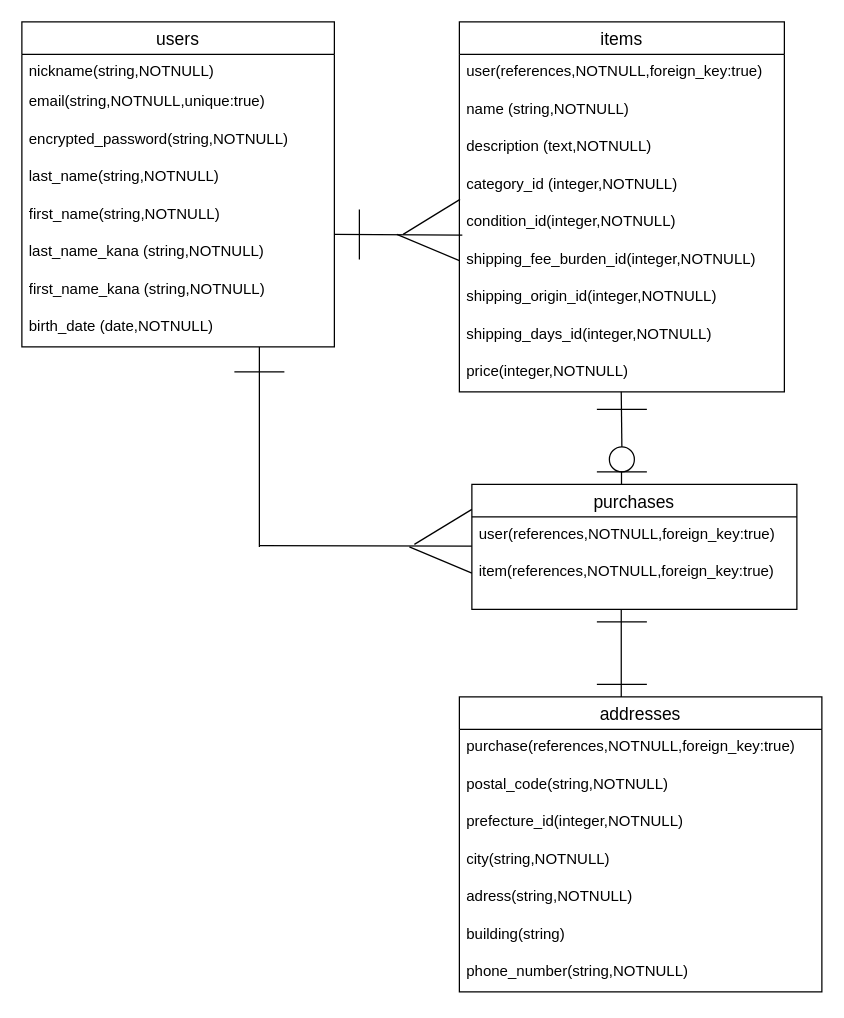
ryu0120/furima-48555 keeps this draw.io diagram as er_furima.dio. Above is the earlier version. Source tidied: cells renumbered, new cells numbered last; positions are measured from the earlier drawing's top-left corner, leaving out a move shared by most shapes. Both pictures are drawn from the tidied source at 125%, with x=0, y=0 at pixel (21, 21).
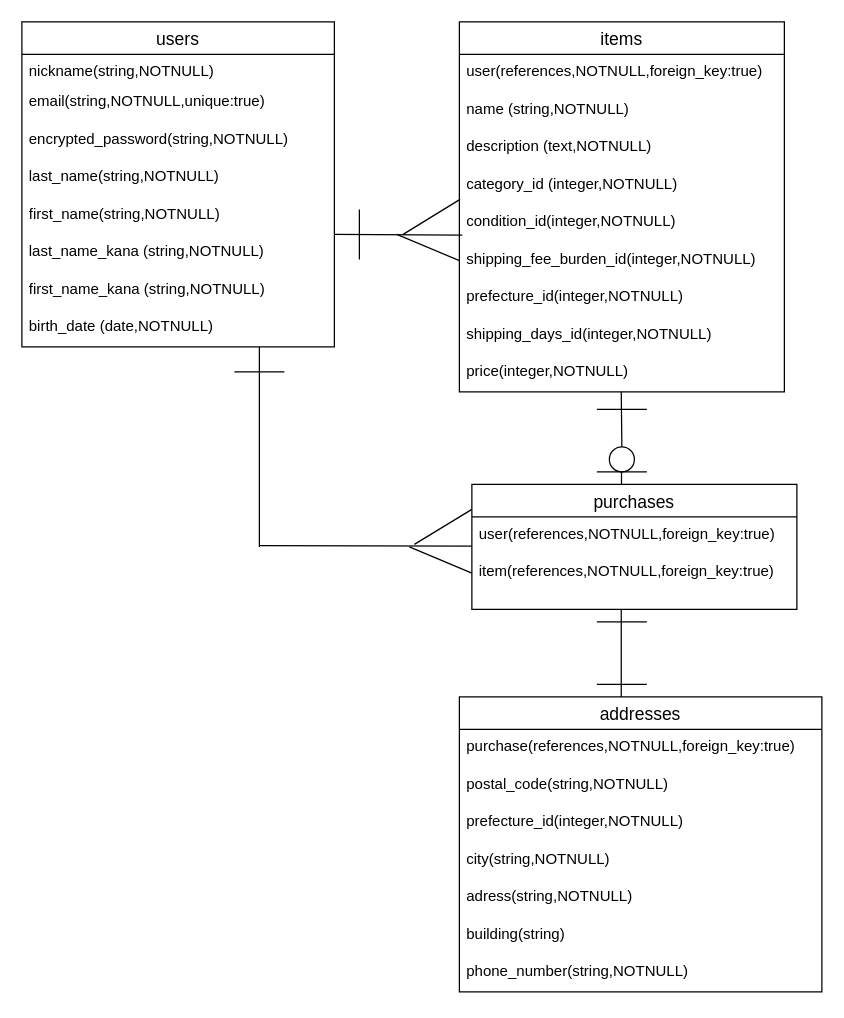
The same diagram, later.

Unchanged cells that the change refers to:
```xml
<mxCell id="11" value="items" style="swimlane;fontStyle=0;horizontal=1;startSize=26;align=center;fontSize=14;" parent="1" vertex="1">
  <mxGeometry x="350" width="260" height="296" as="geometry" />
</mxCell>
```

The edit, as a diff of the source:
```diff
@@
-    <mxCell id="18" value="shipping_origin_id&lt;span style=&quot;color: rgb(0, 0, 0);&quot;&gt;(integer,NOTNULL)&lt;/span&gt;" style="text;strokeColor=none;fillColor=none;spacingLeft=4;spacingRight=4;overflow=hidden;fontSize=12;whiteSpace=wrap;html=1;" parent="11" vertex="1">
+    <mxCell id="18" value="prefecture_id&lt;span style=&quot;color: rgb(0, 0, 0);&quot;&gt;(integer,NOTNULL)&lt;/span&gt;" style="text;strokeColor=none;fillColor=none;spacingLeft=4;spacingRight=4;overflow=hidden;fontSize=12;whiteSpace=wrap;html=1;" parent="11" vertex="1">
       <mxGeometry y="206" width="260" height="30" as="geometry" />
     </mxCell>
```
